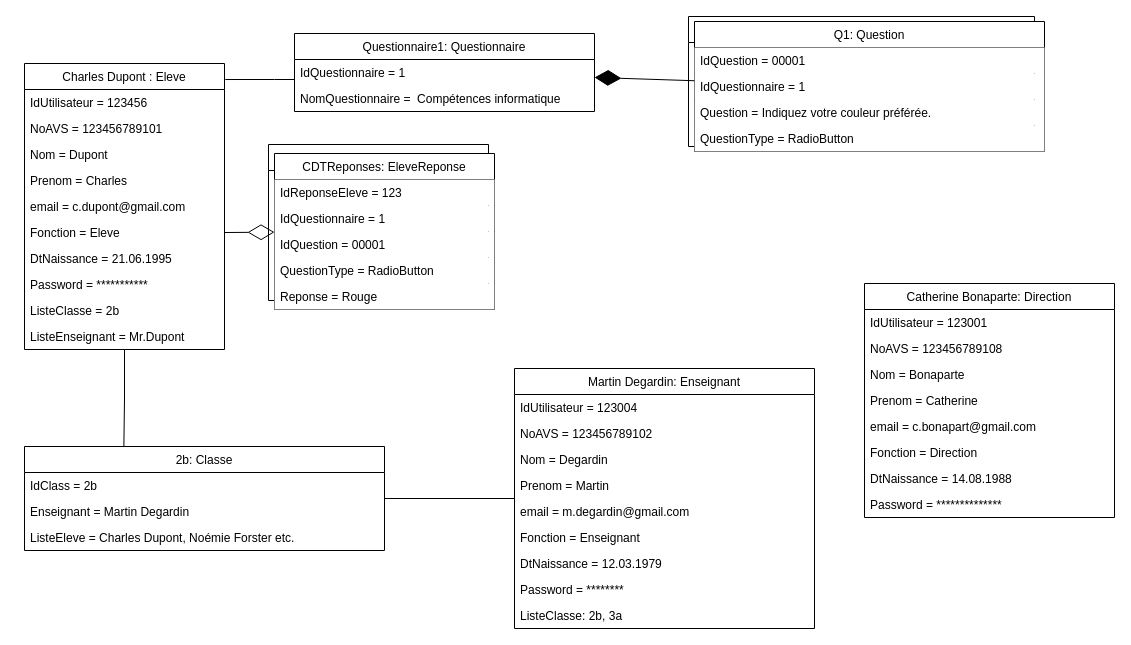
Before: ObjectDiagramEleve.drawio in Devetik/Diagrammes, a draw.io diagram. Source tidied: cells renumbered, new cells numbered last; positions are measured from the earlier drawing's top-left corner, leaving out a move shared by most shapes. Both pictures are drawn from the tidied source at 100%, with x=0, y=0 at pixel (24, 16).
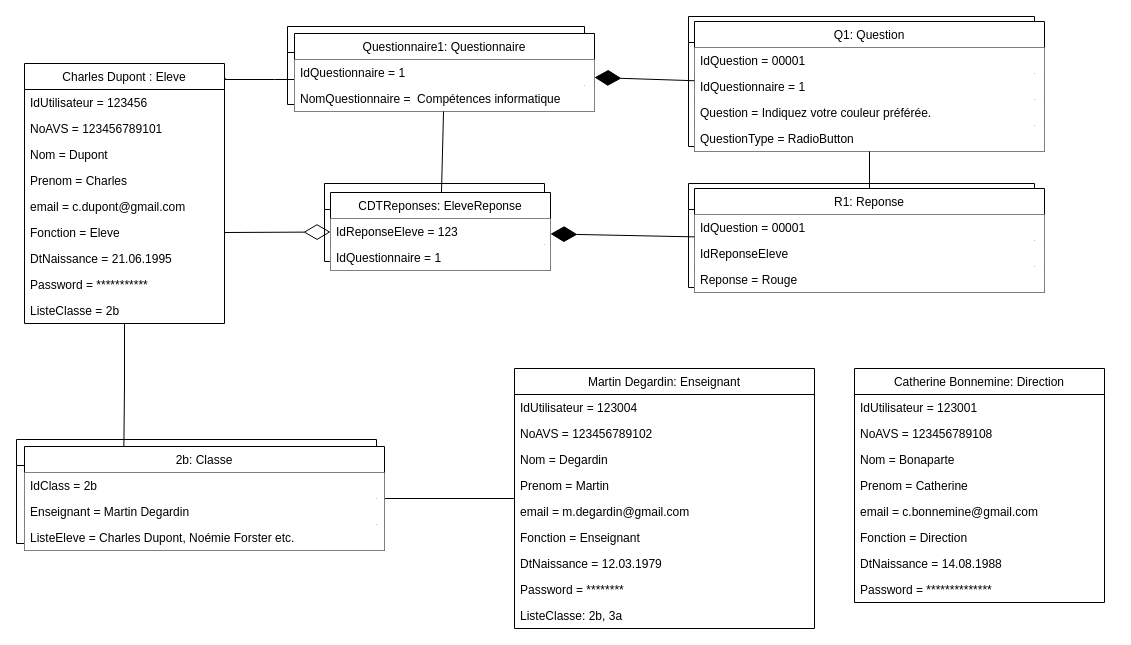
Above is the later version.

The change refers to these unchanged cells:
```xml
<mxCell id="26" value="Q1: Question" style="swimlane;fontStyle=0;horizontal=1;startSize=26;fillColor=default;" parent="1" vertex="1">
  <mxGeometry x="670" y="5" width="350" height="130" as="geometry" />
</mxCell>
```

What changed in the source:
```diff
@@
+    <mxCell id="66" value=" " style="swimlane;fontStyle=0;horizontal=1;startSize=26;fillColor=none;" parent="1" vertex="1">
+      <mxGeometry x="-8" y="423" width="360" height="104" as="geometry" />
+    </mxCell>
+    <mxCell id="67" value=" " style="text;strokeColor=none;fillColor=none;align=left;verticalAlign=top;spacingLeft=4;spacingRight=4;overflow=hidden;" parent="66" vertex="1">
+      <mxGeometry y="26" width="360" height="26" as="geometry" />
+    </mxCell>
+    <mxCell id="68" value=" " style="text;strokeColor=none;fillColor=none;align=left;verticalAlign=top;spacingLeft=4;spacingRight=4;overflow=hidden;" parent="66" vertex="1">
+      <mxGeometry y="52" width="360" height="26" as="geometry" />
+    </mxCell>
+    <mxCell id="69" value=" " style="text;strokeColor=none;fillColor=none;align=left;verticalAlign=top;spacingLeft=4;spacingRight=4;overflow=hidden;" parent="66" vertex="1">
+      <mxGeometry y="78" width="360" height="26" as="geometry" />
+    </mxCell>
+    <mxCell id="70" value=" " style="swimlane;fontStyle=0;horizontal=1;startSize=26;fillColor=none;" parent="1" vertex="1">
+      <mxGeometry x="263" y="10" width="297" height="78" as="geometry" />
+    </mxCell>
+    <mxCell id="71" style="text;strokeColor=none;fillColor=none;align=left;verticalAlign=top;spacingLeft=4;spacingRight=4;overflow=hidden;" parent="70" vertex="1">
+      <mxGeometry y="26" width="297" height="26" as="geometry" />
+    </mxCell>
+    <mxCell id="72" style="text;strokeColor=none;fillColor=none;align=left;verticalAlign=top;spacingLeft=4;spacingRight=4;overflow=hidden;" parent="70" vertex="1">
+      <mxGeometry y="52" width="297" height="26" as="geometry" />
+    </mxCell>
@@
     <mxCell id="7" style="swimlane;fontStyle=0;horizontal=1;startSize=26;fillColor=none;" parent="1" vertex="1">
-      <mxGeometry x="244" y="128" width="220" height="156" as="geometry" />
+      <mxGeometry x="300" y="167" width="220" height="78" as="geometry" />
     </mxCell>
@@
-    <mxCell id="10" style="text;strokeColor=none;fillColor=none;align=left;verticalAlign=top;spacingLeft=4;spacingRight=4;overflow=hidden;" parent="7" vertex="1">
-      <mxGeometry y="78" width="220" height="26" as="geometry" />
-    </mxCell>
-    <mxCell id="11" style="text;strokeColor=none;fillColor=none;align=left;verticalAlign=top;spacingLeft=4;spacingRight=4;overflow=hidden;" parent="7" vertex="1">
-      <mxGeometry y="104" width="220" height="26" as="geometry" />
-    </mxCell>
-    <mxCell id="12" style="text;strokeColor=none;fillColor=none;align=left;verticalAlign=top;spacingLeft=4;spacingRight=4;overflow=hidden;" parent="7" vertex="1">
-      <mxGeometry y="130" width="220" height="26" as="geometry" />
-    </mxCell>
@@
     <mxCell id="15" value="Charles Dupont : Eleve" style="swimlane;fontStyle=0;horizontal=1;startSize=26;fillColor=none;" parent="1" vertex="1">
-      <mxGeometry y="47" width="200" height="286" as="geometry" />
+      <mxGeometry y="47" width="200" height="260" as="geometry" />
     </mxCell>
@@
-    <mxCell id="25" value="ListeEnseignant = Mr.Dupont" style="text;strokeColor=none;fillColor=none;align=left;verticalAlign=top;spacingLeft=4;spacingRight=4;overflow=hidden;" parent="15" vertex="1">
-      <mxGeometry y="260" width="200" height="26" as="geometry" />
-    </mxCell>
@@
-    <mxCell id="31" value="Questionnaire1: Questionnaire" style="swimlane;fontStyle=0;horizontal=1;startSize=26;fillColor=none;" parent="1" vertex="1">
+    <mxCell id="31" value="Questionnaire1: Questionnaire" style="swimlane;fontStyle=0;horizontal=1;startSize=26;fillColor=default;" parent="1" vertex="1">
       <mxGeometry x="270" y="17" width="300" height="78" as="geometry" />
     </mxCell>
-    <mxCell id="32" value="IdQuestionnaire = 1" style="text;strokeColor=none;fillColor=none;align=left;verticalAlign=top;spacingLeft=4;spacingRight=4;overflow=hidden;" parent="31" vertex="1">
+    <mxCell id="32" value="IdQuestionnaire = 1" style="text;strokeColor=none;fillColor=default;align=left;verticalAlign=top;spacingLeft=4;spacingRight=4;overflow=hidden;" parent="31" vertex="1">
       <mxGeometry y="26" width="300" height="26" as="geometry" />
     </mxCell>
-    <mxCell id="33" value="NomQuestionnaire =  Compétences informatique" style="text;strokeColor=none;fillColor=none;align=left;verticalAlign=top;spacingLeft=4;spacingRight=4;overflow=hidden;" parent="31" vertex="1">
+    <mxCell id="33" value="NomQuestionnaire =  Compétences informatique" style="text;strokeColor=none;fillColor=default;align=left;verticalAlign=top;spacingLeft=4;spacingRight=4;overflow=hidden;" parent="31" vertex="1">
       <mxGeometry y="52" width="300" height="26" as="geometry" />
     </mxCell>
@@
-    <mxCell id="35" value="2b: Classe" style="swimlane;fontStyle=0;horizontal=1;startSize=26;fillColor=none;" parent="1" vertex="1">
+    <mxCell id="35" value="2b: Classe" style="swimlane;fontStyle=0;horizontal=1;startSize=26;fillColor=default;" parent="1" vertex="1">
       <mxGeometry y="430" width="360" height="104" as="geometry" />
     </mxCell>
-    <mxCell id="36" value="IdClass = 2b" style="text;strokeColor=none;fillColor=none;align=left;verticalAlign=top;spacingLeft=4;spacingRight=4;overflow=hidden;" parent="35" vertex="1">
+    <mxCell id="36" value="IdClass = 2b" style="text;strokeColor=none;fillColor=default;align=left;verticalAlign=top;spacingLeft=4;spacingRight=4;overflow=hidden;" parent="35" vertex="1">
       <mxGeometry y="26" width="360" height="26" as="geometry" />
     </mxCell>
-    <mxCell id="37" value="Enseignant = Martin Degardin" style="text;strokeColor=none;fillColor=none;align=left;verticalAlign=top;spacingLeft=4;spacingRight=4;overflow=hidden;" parent="35" vertex="1">
+    <mxCell id="37" value="Enseignant = Martin Degardin" style="text;strokeColor=none;fillColor=default;align=left;verticalAlign=top;spacingLeft=4;spacingRight=4;overflow=hidden;" parent="35" vertex="1">
       <mxGeometry y="52" width="360" height="26" as="geometry" />
     </mxCell>
-    <mxCell id="38" value="ListeEleve = Charles Dupont, Noémie Forster etc." style="text;strokeColor=none;fillColor=none;align=left;verticalAlign=top;spacingLeft=4;spacingRight=4;overflow=hidden;" parent="35" vertex="1">
+    <mxCell id="38" value="ListeEleve = Charles Dupont, Noémie Forster etc." style="text;strokeColor=none;fillColor=default;align=left;verticalAlign=top;spacingLeft=4;spacingRight=4;overflow=hidden;" parent="35" vertex="1">
       <mxGeometry y="78" width="360" height="26" as="geometry" />
     </mxCell>
@@
-    <mxCell id="49" value="Catherine Bonaparte: Direction" style="swimlane;fontStyle=0;horizontal=1;startSize=26;fillColor=none;" parent="1" vertex="1">
-      <mxGeometry x="840" y="267" width="250" height="234" as="geometry" />
+    <mxCell id="49" value="Catherine Bonnemine: Direction" style="swimlane;fontStyle=0;horizontal=1;startSize=26;fillColor=none;" parent="1" vertex="1">
+      <mxGeometry x="830" y="352" width="250" height="234" as="geometry" />
     </mxCell>
@@
-    <mxCell id="54" value="email = c.bonapart@gmail.com" style="text;strokeColor=none;fillColor=none;align=left;verticalAlign=top;spacingLeft=4;spacingRight=4;overflow=hidden;" parent="49" vertex="1">
+    <mxCell id="54" value="email = c.bonnemine@gmail.com" style="text;strokeColor=none;fillColor=none;align=left;verticalAlign=top;spacingLeft=4;spacingRight=4;overflow=hidden;" parent="49" vertex="1">
       <mxGeometry y="130" width="250" height="26" as="geometry" />
     </mxCell>
@@
+    <mxCell id="73" style="rounded=0;jettySize=auto;html=1;endArrow=none;endFill=0;" parent="1" edge="1" source="58" target="31">
+      <mxGeometry relative="1" as="geometry" />
+    </mxCell>
     <mxCell id="58" value="CDTReponses: EleveReponse" style="swimlane;fontStyle=0;horizontal=1;startSize=26;fillColor=default;gradientColor=none;" parent="1" vertex="1">
-      <mxGeometry x="250" y="137" width="220" height="156" as="geometry" />
+      <mxGeometry x="306" y="176" width="220" height="78" as="geometry" />
     </mxCell>
@@
-    <mxCell id="61" value="IdQuestion = 00001" style="text;strokeColor=none;fillColor=default;align=left;verticalAlign=top;spacingLeft=4;spacingRight=4;overflow=hidden;" parent="58" vertex="1">
-      <mxGeometry y="78" width="220" height="26" as="geometry" />
-    </mxCell>
-    <mxCell id="62" value="QuestionType = RadioButton" style="text;strokeColor=none;fillColor=default;align=left;verticalAlign=top;spacingLeft=4;spacingRight=4;overflow=hidden;" parent="58" vertex="1">
-      <mxGeometry y="104" width="220" height="26" as="geometry" />
-    </mxCell>
-    <mxCell id="63" value="Reponse = Rouge" style="text;strokeColor=none;fillColor=default;align=left;verticalAlign=top;spacingLeft=4;spacingRight=4;overflow=hidden;" parent="58" vertex="1">
-      <mxGeometry y="130" width="220" height="26" as="geometry" />
-    </mxCell>
@@
+    <mxCell id="74" style="swimlane;fontStyle=0;horizontal=1;startSize=26;fillColor=none;" parent="1" vertex="1">
+      <mxGeometry x="664" y="167" width="346" height="104" as="geometry" />
+    </mxCell>
+    <mxCell id="75" value=" " style="text;strokeColor=none;fillColor=none;align=left;verticalAlign=top;spacingLeft=4;spacingRight=4;overflow=hidden;" parent="74" vertex="1">
+      <mxGeometry y="26" width="346" height="26" as="geometry" />
+    </mxCell>
+    <mxCell id="76" style="text;strokeColor=none;fillColor=none;align=left;verticalAlign=top;spacingLeft=4;spacingRight=4;overflow=hidden;" parent="74" vertex="1">
+      <mxGeometry y="52" width="346" height="26" as="geometry" />
+    </mxCell>
+    <mxCell id="77" style="text;strokeColor=none;fillColor=none;align=left;verticalAlign=top;spacingLeft=4;spacingRight=4;overflow=hidden;" parent="74" vertex="1">
+      <mxGeometry y="78" width="346" height="26" as="geometry" />
+    </mxCell>
+    <mxCell id="78" style="edgeStyle=none;rounded=0;jettySize=auto;html=1;entryX=0.5;entryY=1;entryDx=0;entryDy=0;endArrow=none;endFill=0;" parent="1" edge="1" source="79" target="26">
+      <mxGeometry relative="1" as="geometry" />
+    </mxCell>
+    <mxCell id="79" value="R1: Reponse" style="swimlane;fontStyle=0;horizontal=1;startSize=26;fillColor=default;" parent="1" vertex="1">
+      <mxGeometry x="670" y="172" width="350" height="104" as="geometry" />
+    </mxCell>
+    <mxCell id="61" value="IdQuestion = 00001" style="text;strokeColor=none;fillColor=default;align=left;verticalAlign=top;spacingLeft=4;spacingRight=4;overflow=hidden;" parent="79" vertex="1">
+      <mxGeometry y="26" width="350" height="26" as="geometry" />
+    </mxCell>
+    <mxCell id="80" value="IdReponseEleve" style="text;strokeColor=none;fillColor=default;align=left;verticalAlign=top;spacingLeft=4;spacingRight=4;overflow=hidden;" parent="79" vertex="1">
+      <mxGeometry y="52" width="350" height="26" as="geometry" />
+    </mxCell>
+    <mxCell id="63" value="Reponse = Rouge" style="text;strokeColor=none;fillColor=default;align=left;verticalAlign=top;spacingLeft=4;spacingRight=4;overflow=hidden;" parent="79" vertex="1">
+      <mxGeometry y="78" width="350" height="26" as="geometry" />
+    </mxCell>
+    <mxCell id="81" style="endArrow=diamondThin;endFill=1;endSize=24;html=1;rounded=0;" parent="1" edge="1" source="79">
+      <mxGeometry relative="1" as="geometry">
+        <mxPoint x="526" y="217.4" as="targetPoint" />
+      </mxGeometry>
+    </mxCell>
```
